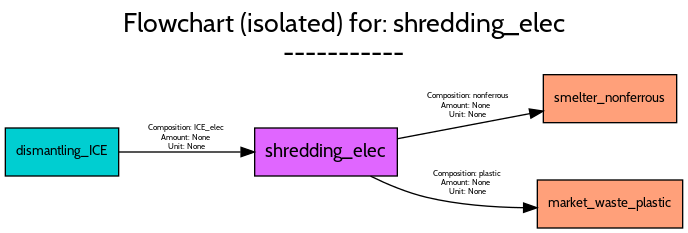
Above: src/examples/ELV/figures/flowcharts/processes/png/shredding_elec.png in FutuRaM-Project/Recovery-Model (Graphviz), before the change. Its source is kept beside it as src/examples/ELV/figures/flowcharts/processes/dot/shredding_elec.dot.
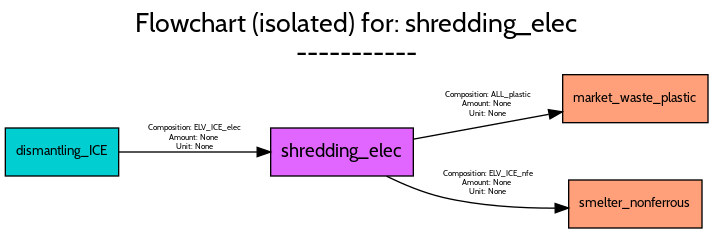
After the change.

The edit, as a diff of the source:
```diff
@@ -1,5 +1,5 @@
 digraph {
-	graph [bb="0,0,508,167",
+	graph [bb="0,0,527,167",
 		font=Cabin,
 		fontname=Cabin,
 		fontsize=20,
@@ -8,7 +8,7 @@
 		labeljust=c,
 		labelloc=tc,
 		lheight=0.61,
-		lp="254,141",
+		lp="263.5,141",
 		lwidth=4.61,
 		nodesep=0.6,
 		rankdir=LR,
@@ -19,42 +19,42 @@
 		fontname=Cabin,
 		fontsize=14,
 		height=0.5,
-		pos="240.5,57",
+		pos="252.5,57",
 		shape=box,
 		style=filled,
 		width=1.4861];
+	market_waste_plastic	[fillcolor=lightsalmon1,
+		fontname=Cabin,
+		fontsize=10,
+		height=0.5,
+		pos="472.5,97",
+		shape=box,
+		style=filled,
+		width=1.5139];
+	shredding_elec -> market_waste_plastic	[color=black,
+		fontname=Cabin,
+		fontsize=6,
+		label="Composition: ALL_plastic
+Amount: None
+Unit: None",
+		lp="362,92.5",
+		pos="e,417.7,87.128 306.27,66.683 336.74,72.274 375.29,79.347 407.49,85.255"];
 	smelter_nonferrous	[fillcolor=lightsalmon1,
 		fontname=Cabin,
 		fontsize=10,
 		height=0.5,
-		pos="453.5,97",
+		pos="472.5,18",
 		shape=box,
 		style=filled,
 		width=1.3889];
 	shredding_elec -> smelter_nonferrous	[color=black,
 		fontname=Cabin,
 		fontsize=6,
-		label="Composition: nonferrous
+		label="Composition: ELV_ICE_nfe
 Amount: None
 Unit: None",
-		lp="346.5,91.5",
-		pos="e,403.36,87.685 294.2,66.991 324.38,72.712 362.33,79.905 393.5,85.815"];
-	market_waste_plastic	[fillcolor=lightsalmon1,
-		fontname=Cabin,
-		fontsize=10,
-		height=0.5,
-		pos="453.5,18",
-		shape=box,
-		style=filled,
-		width=1.5139];
-	shredding_elec -> market_waste_plastic	[color=black,
-		fontname=Cabin,
-		fontsize=6,
-		label="Composition: plastic
-Amount: None
-Unit: None",
-		lp="346.5,33.5",
-		pos="e,398.7,15.167 273.89,38.876 286.62,32.655 301.61,26.405 316,23 339.32,17.482 365.49,15.541 388.64,15.213"];
+		lp="362,33.5",
+		pos="e,422.38,14.996 285.88,38.863 298.61,32.64 313.61,26.392 328,23 355.2,16.588 386.1,14.833 412.24,14.886"];
 	dismantling_ICE	[fillcolor=darkturquoise,
 		fontname=Cabin,
 		fontsize=10,
@@ -66,9 +66,9 @@
 	dismantling_ICE -> shredding_elec	[color=black,
 		fontname=Cabin,
 		fontsize=6,
-		label="Composition: ICE_elec
+		label="Composition: ELV_ICE_elec
 Amount: None
 Unit: None",
-		lp="136,67.5",
-		pos="e,186.78,57 85.067,57 111.6,57 146.52,57 176.43,57"];
+		lp="142,67.5",
+		pos="e,198.88,57 85.092,57 114.75,57 155.14,57 188.7,57"];
 }
```
